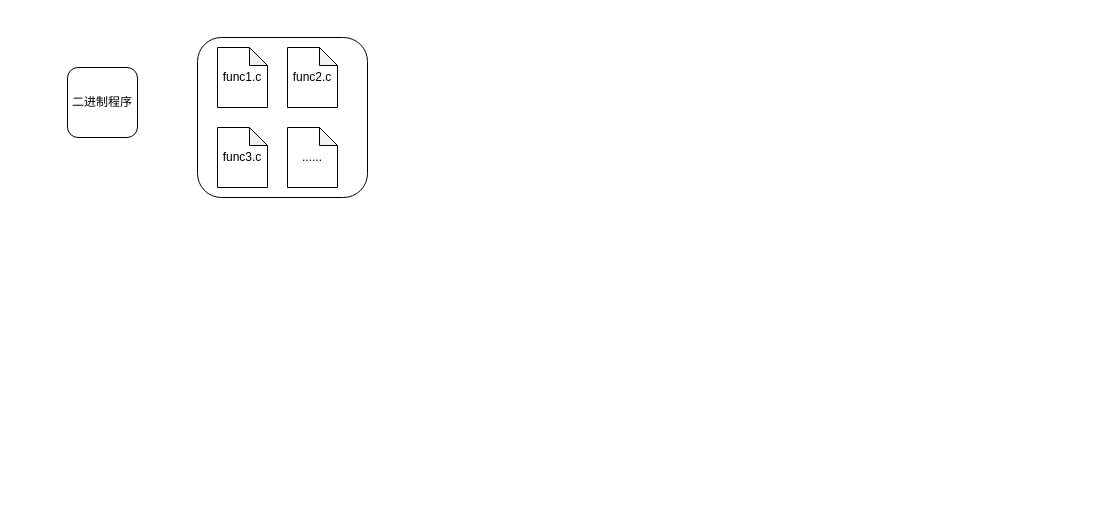
Before: MindMap/总体方案.drawio in hourhl/Draw-io, a draw.io diagram. Source tidied: cells renumbered, new cells numbered last; positions are measured from the earlier drawing's top-left corner, leaving out a move shared by most shapes. Both pictures are drawn from the tidied source at 100%, with x=0, y=0 at pixel (67, 37).
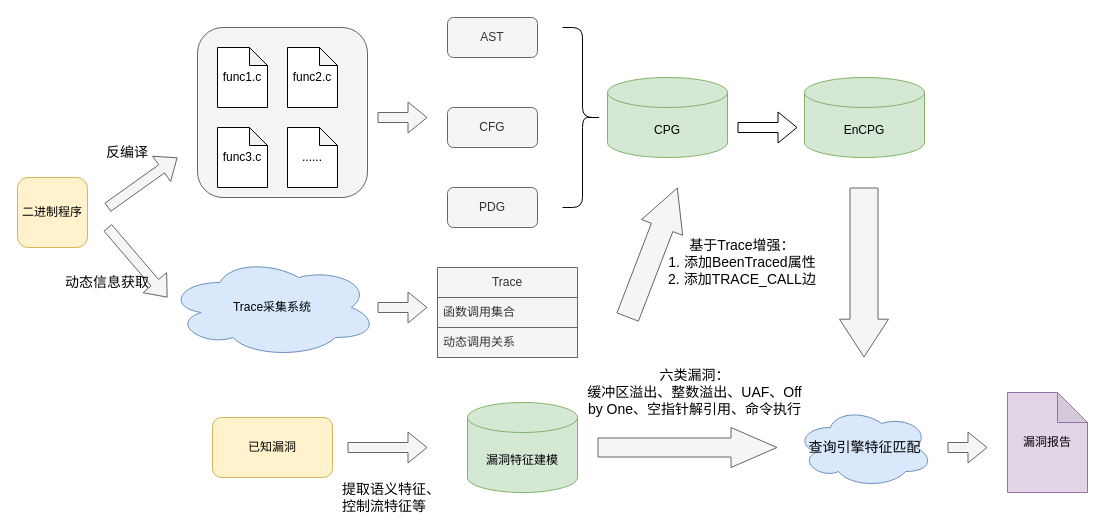
The same diagram, later.

Commit message:
更新总体方案.drawio

Change to the diagram source:
```diff
@@
-    <mxCell id="2" value="二进制程序" style="rounded=1;whiteSpace=wrap;html=1;" parent="1" vertex="1">
-      <mxGeometry y="30" width="70" height="70" as="geometry" />
+    <mxCell id="2" value="二进制程序" style="rounded=1;whiteSpace=wrap;html=1;fillColor=#fff2cc;strokeColor=#d6b656;" parent="1" vertex="1">
+      <mxGeometry x="-50" y="140" width="70" height="70" as="geometry" />
     </mxCell>
-    <mxCell id="3" style="rounded=1;whiteSpace=wrap;html=1;" parent="1" vertex="1">
-      <mxGeometry x="130" width="170" height="160" as="geometry" />
+    <mxCell id="3" style="rounded=1;whiteSpace=wrap;html=1;fillColor=#f5f5f5;fontColor=#333333;strokeColor=#666666;" parent="1" vertex="1">
+      <mxGeometry x="130" y="-10" width="170" height="170" as="geometry" />
     </mxCell>
@@
+    <mxCell id="8" style="shape=flexArrow;endArrow=classic;html=1;rounded=0;fillColor=#f5f5f5;strokeColor=#666666;" parent="1" edge="1">
+      <mxGeometry relative="1" as="geometry">
+        <mxPoint x="40" y="170" as="sourcePoint" />
+        <mxPoint x="110" y="120" as="targetPoint" />
+      </mxGeometry>
+    </mxCell>
+    <mxCell id="9" value="AST" style="rounded=1;whiteSpace=wrap;html=1;fillColor=#f5f5f5;fontColor=#333333;strokeColor=#666666;" parent="1" vertex="1">
+      <mxGeometry x="380" y="-20" width="90" height="40" as="geometry" />
+    </mxCell>
+    <mxCell id="10" value="CFG" style="rounded=1;whiteSpace=wrap;html=1;fillColor=#f5f5f5;fontColor=#333333;strokeColor=#666666;" parent="1" vertex="1">
+      <mxGeometry x="380" y="70" width="90" height="40" as="geometry" />
+    </mxCell>
+    <mxCell id="11" value="PDG" style="rounded=1;whiteSpace=wrap;html=1;fillColor=#f5f5f5;fontColor=#333333;strokeColor=#666666;" parent="1" vertex="1">
+      <mxGeometry x="380" y="150" width="90" height="40" as="geometry" />
+    </mxCell>
+    <mxCell id="12" style="shape=curlyBracket;whiteSpace=wrap;html=1;rounded=1;flipH=1;labelPosition=right;verticalLabelPosition=middle;align=left;verticalAlign=middle;legacyAnchorPoints=0;" parent="1" vertex="1">
+      <mxGeometry x="495" y="-10" width="40" height="180" as="geometry" />
+    </mxCell>
+    <mxCell id="13" value="CPG" style="shape=cylinder3;whiteSpace=wrap;html=1;boundedLbl=1;backgroundOutline=1;size=15;fillColor=#d5e8d4;strokeColor=#82b366;" parent="1" vertex="1">
+      <mxGeometry x="540" y="40" width="120" height="80" as="geometry" />
+    </mxCell>
+    <mxCell id="14" value="Trace采集系统" style="ellipse;shape=cloud;whiteSpace=wrap;html=1;fillColor=#dae8fc;strokeColor=#6c8ebf;" parent="1" vertex="1">
+      <mxGeometry x="100" y="220" width="210" height="100" as="geometry" />
+    </mxCell>
+    <mxCell id="15" value="Trace" style="swimlane;fontStyle=0;horizontal=1;startSize=30;whiteSpace=wrap;html=1;fillColor=#f5f5f5;fontColor=#333333;strokeColor=#666666;" parent="1" vertex="1">
+      <mxGeometry x="370" y="230" width="140" height="90" as="geometry" />
+    </mxCell>
+    <mxCell id="16" value="函数调用集合" style="text;strokeColor=#666666;fillColor=#f5f5f5;align=left;verticalAlign=middle;spacingLeft=4;spacingRight=4;overflow=hidden;whiteSpace=wrap;html=1;fontColor=#333333;" parent="15" vertex="1">
+      <mxGeometry y="30" width="140" height="30" as="geometry" />
+    </mxCell>
+    <mxCell id="17" value="动态调用关系" style="text;strokeColor=#666666;fillColor=#f5f5f5;align=left;verticalAlign=middle;spacingLeft=4;spacingRight=4;overflow=hidden;whiteSpace=wrap;html=1;fontColor=#333333;" parent="15" vertex="1">
+      <mxGeometry y="60" width="140" height="30" as="geometry" />
+    </mxCell>
+    <mxCell id="18" style="shape=flexArrow;endArrow=classic;html=1;rounded=0;fillColor=#f5f5f5;strokeColor=#666666;" parent="1" edge="1">
+      <mxGeometry relative="1" as="geometry">
+        <mxPoint x="40" y="190" as="sourcePoint" />
+        <mxPoint x="100" y="260" as="targetPoint" />
+      </mxGeometry>
+    </mxCell>
+    <mxCell id="19" style="shape=flexArrow;endArrow=classic;html=1;rounded=0;fillColor=#f5f5f5;strokeColor=#666666;" parent="1" edge="1">
+      <mxGeometry relative="1" as="geometry">
+        <mxPoint x="310" y="80" as="sourcePoint" />
+        <mxPoint x="360" y="80" as="targetPoint" />
+      </mxGeometry>
+    </mxCell>
+    <mxCell id="20" value="EnCPG" style="shape=cylinder3;whiteSpace=wrap;html=1;boundedLbl=1;backgroundOutline=1;size=15;fillColor=#d5e8d4;strokeColor=#82b366;" parent="1" vertex="1">
+      <mxGeometry x="737" y="40" width="120" height="80" as="geometry" />
+    </mxCell>
+    <mxCell id="21" style="shape=flexArrow;endArrow=classic;html=1;rounded=0;" parent="1" edge="1">
+      <mxGeometry relative="1" as="geometry">
+        <mxPoint x="670" y="90" as="sourcePoint" />
+        <mxPoint x="730" y="90" as="targetPoint" />
+      </mxGeometry>
+    </mxCell>
+    <mxCell id="22" style="shape=flexArrow;endArrow=classic;html=1;rounded=0;fillColor=#f5f5f5;strokeColor=#666666;" parent="1" edge="1" source="14">
+      <mxGeometry relative="1" as="geometry">
+        <mxPoint x="360" y="270" as="targetPoint" />
+      </mxGeometry>
+    </mxCell>
+    <mxCell id="23" style="shape=flexArrow;endArrow=classic;html=1;rounded=0;width=23;endSize=13.77;fillColor=#f5f5f5;strokeColor=#666666;" parent="1" edge="1">
+      <mxGeometry relative="1" as="geometry">
+        <mxPoint x="560" y="280" as="sourcePoint" />
+        <mxPoint x="610" y="150" as="targetPoint" />
+      </mxGeometry>
+    </mxCell>
+    <mxCell id="24" value="&lt;font style=&quot;font-size: 14px;&quot;&gt;反编译&lt;/font&gt;" style="text;html=1;whiteSpace=wrap;strokeColor=none;fillColor=none;align=center;verticalAlign=middle;rounded=0;" parent="1" vertex="1">
+      <mxGeometry x="30" y="100" width="60" height="30" as="geometry" />
+    </mxCell>
+    <mxCell id="25" value="&lt;font style=&quot;font-size: 14px;&quot;&gt;动态信息获取&lt;/font&gt;" style="text;html=1;whiteSpace=wrap;strokeColor=none;fillColor=none;align=center;verticalAlign=middle;rounded=0;" parent="1" vertex="1">
+      <mxGeometry x="-10" y="230" width="100" height="30" as="geometry" />
+    </mxCell>
+    <mxCell id="26" value="&lt;font style=&quot;font-size: 14px;&quot;&gt;基于Trace增强：&lt;/font&gt;&lt;div&gt;&lt;font style=&quot;font-size: 14px;&quot;&gt;1. 添加BeenTraced属性&lt;/font&gt;&lt;/div&gt;&lt;div&gt;&lt;font style=&quot;font-size: 14px;&quot;&gt;2. 添加TRACE_CALL边&lt;/font&gt;&lt;/div&gt;" style="text;html=1;whiteSpace=wrap;strokeColor=none;fillColor=none;align=center;verticalAlign=middle;rounded=0;" parent="1" vertex="1">
+      <mxGeometry x="600" y="210" width="150" height="30" as="geometry" />
+    </mxCell>
+    <mxCell id="27" value="已知漏洞" style="rounded=1;whiteSpace=wrap;html=1;fillColor=#fff2cc;strokeColor=#d6b656;" parent="1" vertex="1">
+      <mxGeometry x="145" y="380" width="120" height="60" as="geometry" />
+    </mxCell>
+    <mxCell id="28" value="漏洞特征建模" style="shape=cylinder3;whiteSpace=wrap;html=1;boundedLbl=1;backgroundOutline=1;size=15;fillColor=#d5e8d4;strokeColor=#82b366;" parent="1" vertex="1">
+      <mxGeometry x="400" y="365" width="110" height="90" as="geometry" />
+    </mxCell>
+    <mxCell id="29" style="shape=flexArrow;endArrow=classic;html=1;rounded=0;fillColor=#f5f5f5;strokeColor=#666666;" parent="1" edge="1">
+      <mxGeometry relative="1" as="geometry">
+        <mxPoint x="280" y="410" as="sourcePoint" />
+        <mxPoint x="360" y="410" as="targetPoint" />
+      </mxGeometry>
+    </mxCell>
+    <mxCell id="30" value="&lt;div style=&quot;text-align: justify;&quot;&gt;&lt;span style=&quot;font-size: 14px; background-color: transparent; color: light-dark(rgb(0, 0, 0), rgb(255, 255, 255));&quot;&gt;提取语义特征、控制流特征等&lt;/span&gt;&lt;/div&gt;" style="text;html=1;whiteSpace=wrap;strokeColor=none;fillColor=none;align=center;verticalAlign=middle;rounded=0;" parent="1" vertex="1">
+      <mxGeometry x="274" y="445" width="100" height="30" as="geometry" />
+    </mxCell>
+    <mxCell id="31" value="&lt;div style=&quot;text-align: justify;&quot;&gt;&lt;span style=&quot;background-color: transparent; color: light-dark(rgb(0, 0, 0), rgb(255, 255, 255));&quot;&gt;&lt;font style=&quot;font-size: 14px;&quot;&gt;查询引擎特征匹配&lt;/font&gt;&lt;/span&gt;&lt;/div&gt;" style="ellipse;shape=cloud;whiteSpace=wrap;html=1;fillColor=#dae8fc;strokeColor=#6c8ebf;" parent="1" vertex="1">
+      <mxGeometry x="728.5" y="370" width="137" height="80" as="geometry" />
+    </mxCell>
+    <mxCell id="32" value="漏洞报告" style="shape=note;whiteSpace=wrap;html=1;backgroundOutline=1;darkOpacity=0.05;fillColor=#e1d5e7;strokeColor=#9673a6;" parent="1" vertex="1">
+      <mxGeometry x="940" y="355" width="80" height="100" as="geometry" />
+    </mxCell>
+    <mxCell id="33" style="shape=flexArrow;endArrow=classic;html=1;rounded=0;width=28;endSize=12.27;fillColor=#f5f5f5;strokeColor=#666666;" parent="1" edge="1">
+      <mxGeometry relative="1" as="geometry">
+        <mxPoint x="796.5" y="150" as="sourcePoint" />
+        <mxPoint x="796.5" y="320" as="targetPoint" />
+      </mxGeometry>
+    </mxCell>
+    <mxCell id="34" style="shape=flexArrow;endArrow=classic;html=1;rounded=0;width=19;endSize=15;fillColor=#f5f5f5;strokeColor=#666666;" parent="1" edge="1">
+      <mxGeometry relative="1" as="geometry">
+        <mxPoint x="530" y="410" as="sourcePoint" />
+        <mxPoint x="710" y="410" as="targetPoint" />
+      </mxGeometry>
+    </mxCell>
+    <mxCell id="35" style="shape=flexArrow;endArrow=classic;html=1;rounded=0;fillColor=#f5f5f5;strokeColor=#666666;" parent="1" edge="1">
+      <mxGeometry relative="1" as="geometry">
+        <mxPoint x="880" y="410" as="sourcePoint" />
+        <mxPoint x="920" y="410" as="targetPoint" />
+      </mxGeometry>
+    </mxCell>
+    <mxCell id="36" value="&lt;font style=&quot;font-size: 14px;&quot;&gt;六类漏洞：&lt;/font&gt;&lt;div&gt;&lt;font style=&quot;font-size: 14px;&quot;&gt;缓冲区溢出、&lt;/font&gt;&lt;span style=&quot;font-size: 14px; background-color: transparent; color: light-dark(rgb(0, 0, 0), rgb(255, 255, 255));&quot;&gt;整数溢出、&lt;/span&gt;&lt;span style=&quot;font-size: 14px; background-color: transparent; color: light-dark(rgb(0, 0, 0), rgb(255, 255, 255));&quot;&gt;UAF、&lt;/span&gt;&lt;span style=&quot;font-size: 14px; background-color: transparent; color: light-dark(rgb(0, 0, 0), rgb(255, 255, 255));&quot;&gt;Off by One、&lt;/span&gt;&lt;span style=&quot;font-size: 14px; background-color: transparent; color: light-dark(rgb(0, 0, 0), rgb(255, 255, 255));&quot;&gt;空指针解引用、&lt;/span&gt;&lt;span style=&quot;font-size: 14px; background-color: transparent; color: light-dark(rgb(0, 0, 0), rgb(255, 255, 255));&quot;&gt;命令执行&lt;/span&gt;&lt;/div&gt;" style="text;html=1;whiteSpace=wrap;strokeColor=none;fillColor=none;align=center;verticalAlign=middle;rounded=0;" parent="1" vertex="1">
+      <mxGeometry x="510" y="320" width="235" height="70" as="geometry" />
+    </mxCell>
```
